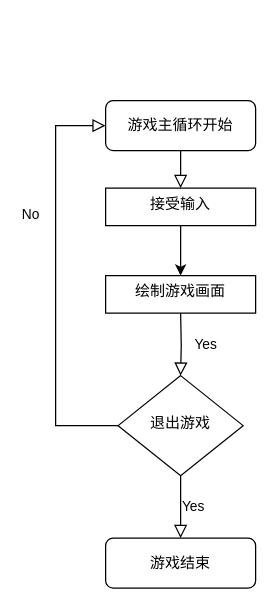
zhoujing204/alien_invasion keeps this draw.io diagram as Untitled Diagram.drawio. Above is the earlier version. Source tidied: cells renumbered, new cells numbered last; positions are measured from the earlier drawing's top-left corner, leaving out a move shared by most shapes. Both pictures are drawn from the tidied source at 125%, with x=0, y=0 at pixel (55, 100).
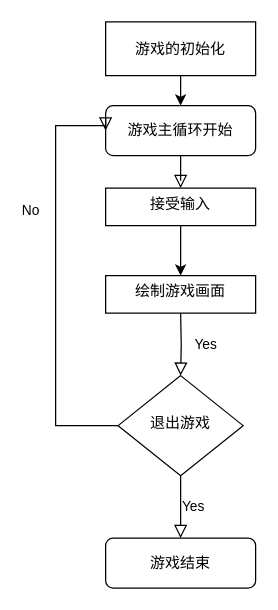
Above is the later version.

Commit message:
Alien Invasion Game Process Diagram.drawio

What changed in the source:
```diff
@@
 <mxGraphModel>
   <root>
     <mxCell id="0" />
     <mxCell id="1" parent="0" />
     <mxCell id="2" style="rounded=0;html=1;jettySize=auto;fontSize=11;endArrow=block;endFill=0;endSize=8;strokeWidth=1;shadow=0;labelBackgroundColor=none;edgeStyle=orthogonalEdgeStyle;" parent="1" edge="1" source="3">
       <mxGeometry relative="1" as="geometry">
         <mxPoint x="100" y="70" as="targetPoint" />
       </mxGeometry>
     </mxCell>
     <mxCell id="3" value="游戏主循环开始" style="rounded=1;whiteSpace=wrap;html=1;fontSize=12;glass=0;strokeWidth=1;shadow=0;" parent="1" vertex="1">
-      <mxGeometry x="40" width="120" height="40" as="geometry" />
+      <mxGeometry x="40" y="4" width="120" height="40" as="geometry" />
     </mxCell>
     <mxCell id="4" value="Yes" style="rounded=0;html=1;jettySize=auto;fontSize=11;endArrow=block;endFill=0;endSize=8;strokeWidth=1;shadow=0;labelBackgroundColor=none;edgeStyle=orthogonalEdgeStyle;" parent="1" edge="1" target="7">
       <mxGeometry y="20" relative="1" as="geometry">
         <mxPoint x="100" y="170" as="sourcePoint" />
       </mxGeometry>
     </mxCell>
     <mxCell id="5" value="No" style="rounded=0;html=1;jettySize=auto;fontSize=11;endArrow=block;endFill=0;endSize=8;strokeWidth=1;shadow=0;labelBackgroundColor=none;edgeStyle=orthogonalEdgeStyle;entryX=0;entryY=0.5;entryDx=0;entryDy=0;exitX=0;exitY=0.5;exitDx=0;exitDy=0;" parent="1" edge="1" source="7" target="3">
       <mxGeometry x="0.33" y="20" relative="1" as="geometry">
         <Array as="points">
           <mxPoint y="260" />
           <mxPoint y="20" />
         </Array>
       </mxGeometry>
     </mxCell>
     <mxCell id="6" value="Yes" style="edgeStyle=orthogonalEdgeStyle;rounded=0;html=1;jettySize=auto;fontSize=11;endArrow=block;endFill=0;endSize=8;strokeWidth=1;shadow=0;labelBackgroundColor=none;" parent="1" edge="1" source="7" target="8">
       <mxGeometry y="10" relative="1" as="geometry">
         <Array as="points">
           <mxPoint x="100" y="340" />
           <mxPoint x="100" y="340" />
         </Array>
       </mxGeometry>
     </mxCell>
     <mxCell id="7" value="退出游戏" style="rhombus;whiteSpace=wrap;html=1;shadow=0;fontFamily=Helvetica;fontSize=12;align=center;strokeWidth=1;spacing=6;spacingTop=-4;" parent="1" vertex="1">
       <mxGeometry x="50" y="220" width="100" height="80" as="geometry" />
     </mxCell>
     <mxCell id="8" value="游戏结束" style="rounded=1;whiteSpace=wrap;html=1;fontSize=12;glass=0;strokeWidth=1;shadow=0;" parent="1" vertex="1">
       <mxGeometry x="40" y="350" width="120" height="40" as="geometry" />
     </mxCell>
     <mxCell id="9" style="edgeStyle=orthogonalEdgeStyle;rounded=0;jettySize=auto;html=1;" parent="1" edge="1" source="10" target="11">
       <mxGeometry relative="1" as="geometry" />
     </mxCell>
     <mxCell id="10" value="接受输入" style="whiteSpace=wrap;html=1;shadow=0;strokeWidth=1;spacing=6;spacingTop=-4;" parent="1" vertex="1">
       <mxGeometry x="40" y="70" width="120" height="30" as="geometry" />
     </mxCell>
     <mxCell id="11" value="绘制游戏画面" style="whiteSpace=wrap;html=1;shadow=0;strokeWidth=1;spacing=6;spacingTop=-4;" parent="1" vertex="1">
       <mxGeometry x="40" y="140" width="120" height="30" as="geometry" />
     </mxCell>
+    <mxCell id="12" style="edgeStyle=orthogonalEdgeStyle;rounded=0;jettySize=auto;html=1;exitX=0.5;exitY=1;exitDx=0;exitDy=0;entryX=0.5;entryY=0;entryDx=0;entryDy=0;" parent="1" edge="1" source="13" target="3">
+      <mxGeometry relative="1" as="geometry" />
+    </mxCell>
+    <mxCell id="13" value="游戏的初始化" style="rounded=0;whiteSpace=wrap;html=1;" parent="1" vertex="1">
+      <mxGeometry x="40" y="-63" width="120" height="43" as="geometry" />
+    </mxCell>
   </root>
 </mxGraphModel>
```
